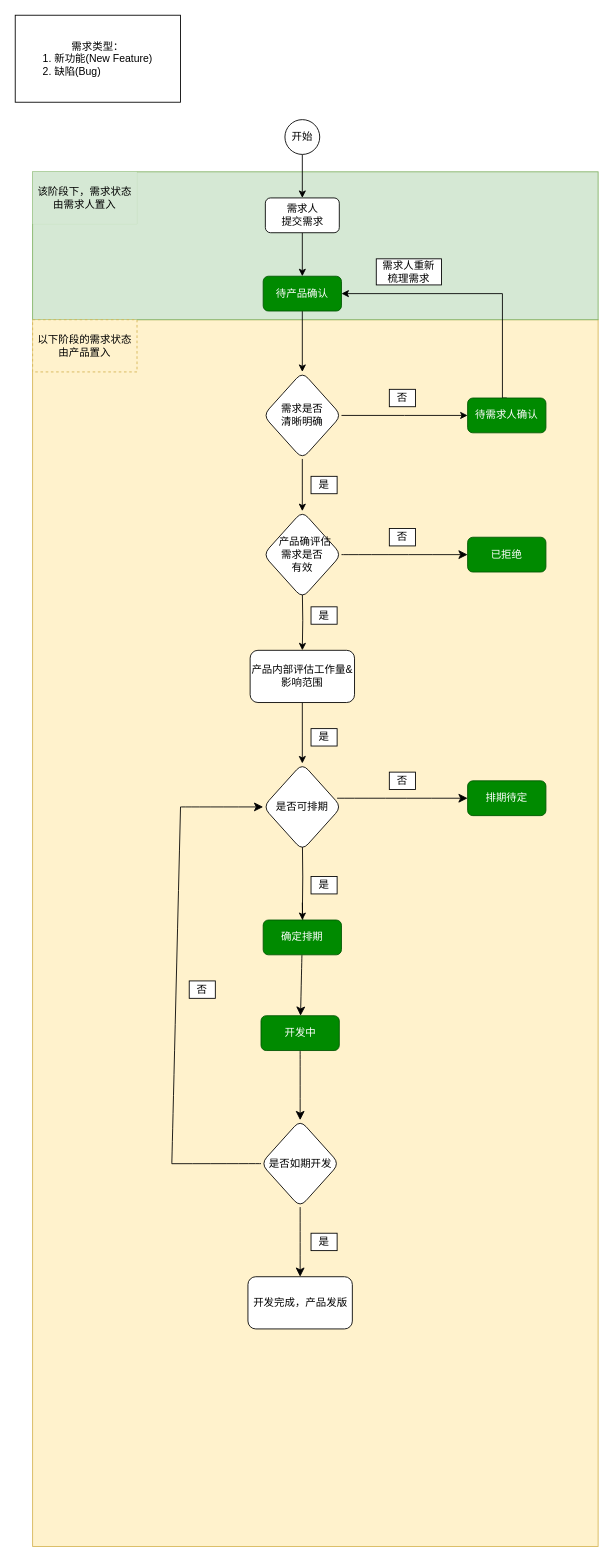
Earlier version of the draw.io diagram 产品需求状态流转图.drawio (Hanan-Deng/website.github.io). Source tidied: cells renumbered, new cells numbered last; positions are measured from the earlier drawing's top-left corner, leaving out a move shared by most shapes. Both pictures are drawn from the tidied source at 87%, with x=0, y=0 at pixel (15, 15).
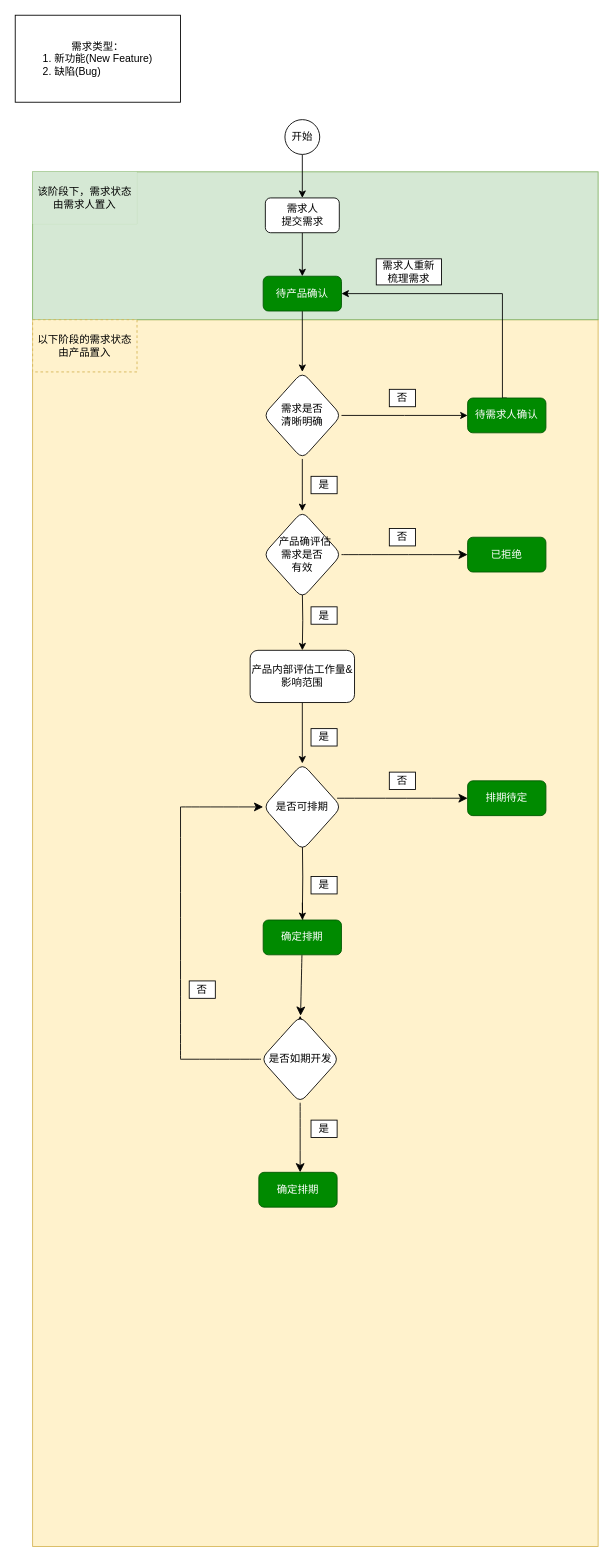
The same page after the edit.

Commit message:
Update 产品需求状态流转图.drawio

Unchanged cells that the change refers to:
```xml
<mxCell id="2" style="rounded=0;whiteSpace=wrap;html=1;fillColor=#fff2cc;strokeColor=#d6b656;" parent="1" vertex="1">
  <mxGeometry x="20" y="350" width="650" height="1410" as="geometry" />
</mxCell>
<mxCell id="39" value="确定排期" style="rounded=1;whiteSpace=wrap;html=1;fillColor=#008a00;fontColor=#ffffff;strokeColor=#005700;" parent="1" vertex="1">
  <mxGeometry x="285" y="1040" width="90" height="40" as="geometry" />
</mxCell>
```

Diff of the diagram source:
```diff
@@
     <mxCell id="35" value="是" style="rounded=0;whiteSpace=wrap;html=1;" parent="1" vertex="1">
-      <mxGeometry x="340" y="1400" width="30" height="20" as="geometry" />
+      <mxGeometry x="340" y="1270" width="30" height="20" as="geometry" />
     </mxCell>
@@
-    <mxCell id="38" style="edgeStyle=none;curved=1;rounded=0;jettySize=auto;html=1;fontSize=12;startSize=8;endSize=8;" parent="1" edge="1" source="39" target="41">
-      <mxGeometry relative="1" as="geometry" />
+    <mxCell id="38" style="edgeStyle=none;curved=1;rounded=0;jettySize=auto;html=1;fontSize=12;startSize=8;endSize=8;" parent="1" edge="1" source="39">
+      <mxGeometry relative="1" as="geometry">
+        <mxPoint x="328" y="1150" as="targetPoint" />
+      </mxGeometry>
     </mxCell>
@@
-    <mxCell id="40" style="edgeStyle=none;curved=1;rounded=0;jettySize=auto;html=1;fontSize=12;startSize=8;endSize=8;" parent="1" edge="1" source="41" target="44">
-      <mxGeometry relative="1" as="geometry" />
+    <mxCell id="40" style="edgeStyle=none;curved=1;rounded=0;jettySize=auto;html=1;fontSize=12;startSize=8;endSize=8;" parent="1" edge="1" target="44">
+      <mxGeometry relative="1" as="geometry">
+        <mxPoint x="327.5" y="1190" as="sourcePoint" />
+      </mxGeometry>
     </mxCell>
-    <mxCell id="41" value="开发中" style="rounded=1;whiteSpace=wrap;html=1;fillColor=#008a00;fontColor=#ffffff;strokeColor=#005700;" parent="1" vertex="1">
-      <mxGeometry x="282.5" y="1150" width="90" height="40" as="geometry" />
-    </mxCell>
-    <mxCell id="42" value="开发完成，产品发版" style="rounded=1;whiteSpace=wrap;html=1;" parent="1" vertex="1">
-      <mxGeometry x="267.5" y="1450" width="120" height="60" as="geometry" />
-    </mxCell>
-    <mxCell id="43" style="edgeStyle=none;curved=1;rounded=0;jettySize=auto;html=1;fontSize=12;startSize=8;endSize=8;" parent="1" edge="1" source="44" target="42">
-      <mxGeometry relative="1" as="geometry" />
+    <mxCell id="43" style="edgeStyle=none;curved=1;rounded=0;jettySize=auto;html=1;fontSize=12;startSize=8;endSize=8;" parent="1" edge="1" source="44">
+      <mxGeometry relative="1" as="geometry">
+        <mxPoint x="327.5" y="1330" as="targetPoint" />
+      </mxGeometry>
     </mxCell>
     <mxCell id="44" value="是否如期开发" style="rhombus;whiteSpace=wrap;html=1;rounded=1;" parent="1" vertex="1">
-      <mxGeometry x="282.5" y="1270" width="90" height="100" as="geometry" />
+      <mxGeometry x="282.5" y="1150" width="90" height="100" as="geometry" />
     </mxCell>
@@
-    <mxCell id="46" style="endArrow=none;html=1;rounded=0;fontSize=12;startSize=8;endSize=8;curved=1;exitX=0;exitY=0.5;exitDx=0;exitDy=0;entryX=0.246;entryY=0.688;entryDx=0;entryDy=0;entryPerimeter=0;" parent="1" edge="1" source="44" target="2">
-      <mxGeometry relative="1" as="geometry" />
+    <mxCell id="46" style="endArrow=none;html=1;rounded=0;fontSize=12;startSize=8;endSize=8;curved=1;exitX=0;exitY=0.5;exitDx=0;exitDy=0;" parent="1" edge="1" source="44">
+      <mxGeometry relative="1" as="geometry">
+        <mxPoint x="190" y="1200" as="targetPoint" />
+      </mxGeometry>
     </mxCell>
     <mxCell id="47" style="endArrow=none;html=1;rounded=0;fontSize=12;startSize=8;endSize=8;curved=1;" parent="1" edge="1">
       <mxGeometry relative="1" as="geometry">
-        <mxPoint x="180" y="1320" as="sourcePoint" />
+        <mxPoint x="190" y="1200" as="sourcePoint" />
         <mxPoint x="190" y="910" as="targetPoint" />
       </mxGeometry>
     </mxCell>
@@
+    <mxCell id="49" value="确定排期" style="rounded=1;whiteSpace=wrap;html=1;fillColor=#008a00;fontColor=#ffffff;strokeColor=#005700;" parent="1" vertex="1">
+      <mxGeometry x="280" y="1330" width="90" height="40" as="geometry" />
+    </mxCell>
```
